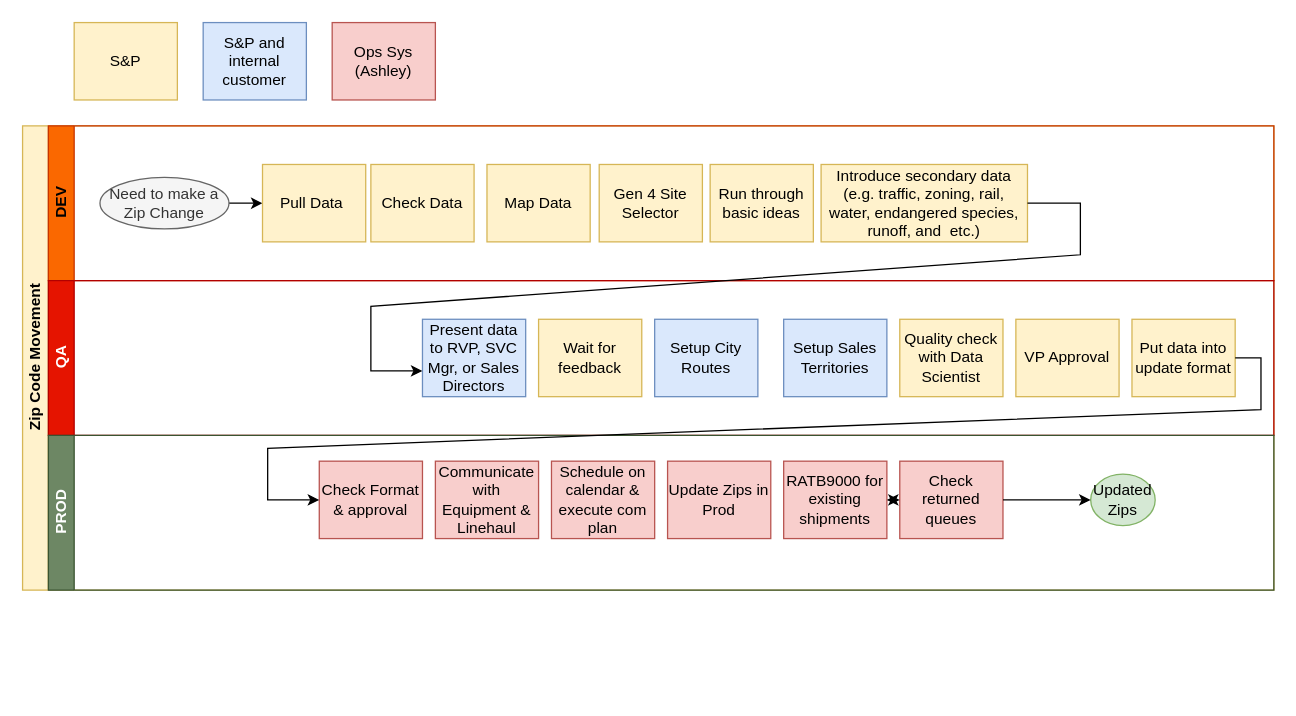
This is Zip Code Move.drawio from RustyTruck/plc4trucksduck, a draw.io file, before an edit. Source tidied: cells renumbered, new cells numbered last; positions are measured from the earlier drawing's top-left corner, leaving out a move shared by most shapes. Both pictures are drawn from the tidied source at 129%, with x=0, y=0 at pixel (22, 22).
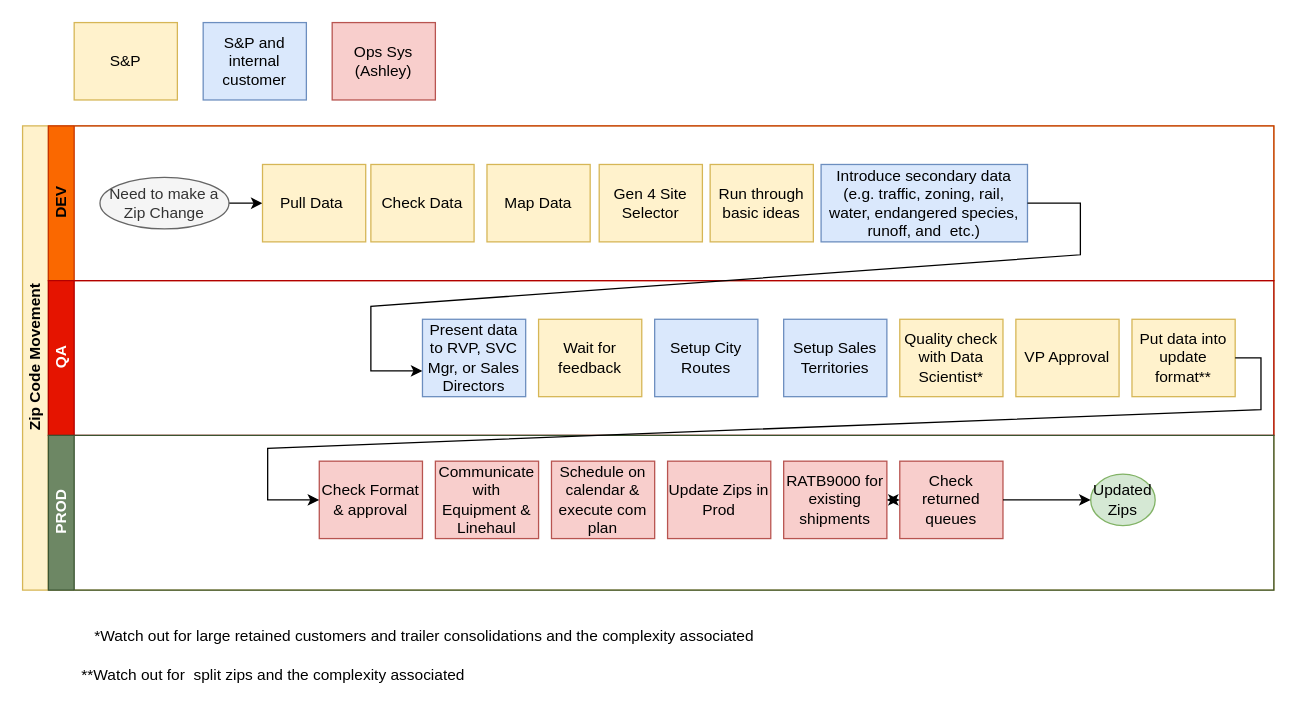
After the change.

Unchanged cells that the change refers to:
```xml
<mxCell id="3" value="DEV" style="swimlane;html=1;startSize=20;horizontal=0;fillColor=#fa6800;fontColor=#000000;strokeColor=#C73500;" parent="2" vertex="1">
  <mxGeometry x="20" width="950" height="120" as="geometry" />
</mxCell>
<mxCell id="12" value="QA" style="swimlane;html=1;startSize=20;horizontal=0;fillColor=#e51400;fontColor=#ffffff;strokeColor=#B20000;" parent="2" vertex="1">
  <mxGeometry x="20" y="120" width="950" height="120" as="geometry" />
</mxCell>
```

The edit, as a diff of the source:
```diff
@@
-    <mxCell id="11" value="Introduce secondary data (e.g. traffic, zoning, rail, water, endangered species, runoff, and&amp;nbsp; etc.)" style="rounded=0;whiteSpace=wrap;html=1;fontFamily=Helvetica;fontSize=12;fontColor=#000000;align=center;fillColor=#fff2cc;strokeColor=#d6b656;" parent="3" vertex="1">
+    <mxCell id="11" value="Introduce secondary data (e.g. traffic, zoning, rail, water, endangered species, runoff, and&amp;nbsp; etc.)" style="rounded=0;whiteSpace=wrap;html=1;fontFamily=Helvetica;fontSize=12;align=center;fillColor=#dae8fc;strokeColor=#6c8ebf;" parent="3" vertex="1">
       <mxGeometry x="599" y="30" width="160" height="60" as="geometry" />
     </mxCell>
@@
-    <mxCell id="17" value="Quality check with Data Scientist" style="rounded=0;whiteSpace=wrap;html=1;fontFamily=Helvetica;fontSize=12;align=center;fillColor=#fff2cc;strokeColor=#d6b656;" parent="12" vertex="1">
+    <mxCell id="17" value="Quality check with Data Scientist*" style="rounded=0;whiteSpace=wrap;html=1;fontFamily=Helvetica;fontSize=12;align=center;fillColor=#fff2cc;strokeColor=#d6b656;" parent="12" vertex="1">
       <mxGeometry x="660" y="30" width="80" height="60" as="geometry" />
     </mxCell>
@@
-    <mxCell id="19" value="Put data into update format" style="rounded=0;whiteSpace=wrap;html=1;fontFamily=Helvetica;fontSize=12;align=center;fillColor=#fff2cc;strokeColor=#d6b656;" parent="12" vertex="1">
+    <mxCell id="19" value="Put data into update format**" style="rounded=0;whiteSpace=wrap;html=1;fontFamily=Helvetica;fontSize=12;align=center;fillColor=#fff2cc;strokeColor=#d6b656;" parent="12" vertex="1">
       <mxGeometry x="840" y="30" width="80" height="60" as="geometry" />
     </mxCell>
@@
+    <mxCell id="35" value="**Watch out for  split zips and the complexity associated" style="text;strokeColor=none;fillColor=none;align=left;verticalAlign=middle;spacingLeft=4;spacingRight=4;overflow=hidden;" parent="1" vertex="1">
+      <mxGeometry x="40" y="490" width="310" height="30" as="geometry" />
+    </mxCell>
+    <mxCell id="36" value="*Watch out for large retained customers and trailer consolidations and the complexity associated" style="text;strokeColor=none;fillColor=none;align=left;verticalAlign=middle;spacingLeft=4;spacingRight=4;overflow=hidden;" parent="1" vertex="1">
+      <mxGeometry x="50" y="460" width="540" height="30" as="geometry" />
+    </mxCell>
```
